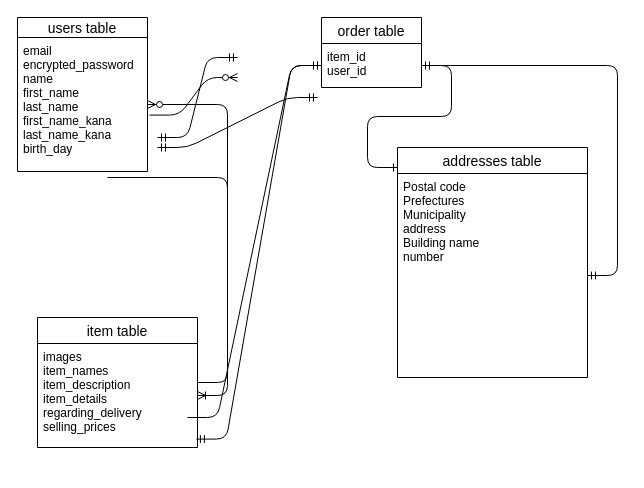
The draw.io diagram page "ページ1" (2 of 2) of test.dio in 1543rrr/furima-30352, before the edit. Source tidied: cells renumbered, new cells numbered last; positions are measured from the earlier drawing's top-left corner, leaving out a move shared by most shapes. Both pictures are drawn from the tidied source at 100%, with x=0, y=0 at pixel (17, 17).
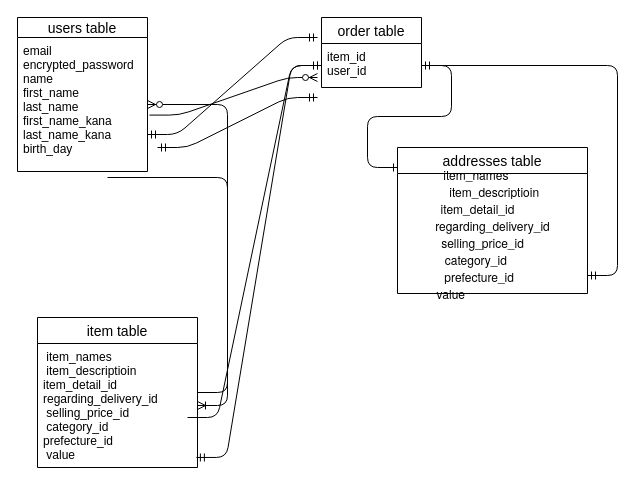
Above is the later version.

Unchanged cells that the change refers to:
```xml
<mxCell id="3" value="email    &#10;encrypted_password&#10; name &#10;first_name  &#10;last_name &#10;first_name_kana&#10;last_name_kana &#10;birth_day " style="text;strokeColor=none;fillColor=none;spacingLeft=4;spacingRight=4;overflow=hidden;points=[[0,0.5],[1,0.5]];portConstraint=eastwest;fontSize=12;" parent="2" vertex="1">
  <mxGeometry y="20" width="130" height="134" as="geometry" />
</mxCell>
<mxCell id="7" value="item_id&#10;user_id  " style="text;strokeColor=none;fillColor=none;spacingLeft=4;spacingRight=4;overflow=hidden;points=[[0,0.5],[1,0.5]];portConstraint=eastwest;fontSize=12;" parent="6" vertex="1">
  <mxGeometry y="26" width="100" height="44" as="geometry" />
</mxCell>
```

The edit, as a diff of the source:
```diff
@@
     <mxCell id="4" value="item table" style="swimlane;fontStyle=0;horizontal=1;startSize=26;align=center;fontSize=14;" parent="1" vertex="1">
-      <mxGeometry x="20" y="300" width="160" height="130" as="geometry" />
+      <mxGeometry x="20" y="300" width="160" height="150" as="geometry" />
     </mxCell>
-    <mxCell id="5" value="images&#10;item_names  &#10;item_description&#10;item_details &#10; regarding_delivery&#10;selling_prices&#10;" style="text;strokeColor=none;fillColor=none;spacingLeft=4;spacingRight=4;overflow=hidden;points=[[0,0.5],[1,0.5]];portConstraint=eastwest;fontSize=12;" parent="4" vertex="1">
-      <mxGeometry y="26" width="160" height="104" as="geometry" />
+    <mxCell id="5" value=" item_names           &#10; item_descriptioin&#10;item_detail_id         &#10;regarding_delivery_id&#10; selling_price_id       &#10; category_id           &#10;prefecture_id        &#10; value                        " style="text;strokeColor=none;fillColor=none;spacingLeft=4;spacingRight=4;overflow=hidden;points=[[0,0.5],[1,0.5]];portConstraint=eastwest;fontSize=12;" parent="4" vertex="1">
+      <mxGeometry y="26" width="160" height="124" as="geometry" />
     </mxCell>
@@
     <mxCell id="8" value="addresses table" style="swimlane;fontStyle=0;horizontal=1;startSize=26;align=center;fontSize=14;" parent="1" vertex="1">
-      <mxGeometry x="380" y="130" width="190" height="230" as="geometry" />
+      <mxGeometry x="380" y="130" width="190" height="146" as="geometry" />
     </mxCell>
-    <mxCell id="9" value="Postal code&#10;Prefectures  &#10;Municipality &#10;address&#10;Building name&#10;number  &#10;" style="text;strokeColor=none;fillColor=none;spacingLeft=4;spacingRight=4;overflow=hidden;points=[[0,0.5],[1,0.5]];portConstraint=eastwest;fontSize=12;" parent="8" vertex="1">
-      <mxGeometry y="26" width="190" height="204" as="geometry" />
-    </mxCell>
+    <mxCell id="19" value="&lt;p class=&quot;p1&quot; style=&quot;margin: 0px ; font-stretch: normal ; line-height: normal ; font-family: &amp;#34;helvetica neue&amp;#34;&quot;&gt;&lt;span class=&quot;Apple-converted-space&quot;&gt;&amp;nbsp;&lt;/span&gt;item_names&lt;span class=&quot;Apple-converted-space&quot;&gt;&amp;nbsp; &amp;nbsp; &amp;nbsp; &amp;nbsp; &amp;nbsp; &amp;nbsp;&lt;/span&gt;&lt;/p&gt;&lt;p class=&quot;p1&quot; style=&quot;margin: 0px ; font-stretch: normal ; line-height: normal ; font-family: &amp;#34;helvetica neue&amp;#34;&quot;&gt;&lt;span class=&quot;Apple-converted-space&quot;&gt;&amp;nbsp;&lt;/span&gt;item_descriptioin&lt;/p&gt;&lt;p class=&quot;p1&quot; style=&quot;margin: 0px ; font-stretch: normal ; line-height: normal ; font-family: &amp;#34;helvetica neue&amp;#34;&quot;&gt;item_detail_id&lt;span class=&quot;Apple-converted-space&quot;&gt;&amp;nbsp; &amp;nbsp; &amp;nbsp; &amp;nbsp; &amp;nbsp;&lt;/span&gt;&lt;/p&gt;&lt;p class=&quot;p1&quot; style=&quot;margin: 0px ; font-stretch: normal ; line-height: normal ; font-family: &amp;#34;helvetica neue&amp;#34;&quot;&gt;regarding_delivery_id&lt;/p&gt;&lt;p class=&quot;p1&quot; style=&quot;margin: 0px ; font-stretch: normal ; line-height: normal ; font-family: &amp;#34;helvetica neue&amp;#34;&quot;&gt;&lt;span class=&quot;Apple-converted-space&quot;&gt;&amp;nbsp;&lt;/span&gt;selling_price_id&lt;span class=&quot;Apple-converted-space&quot;&gt;&amp;nbsp; &amp;nbsp; &amp;nbsp; &amp;nbsp;&lt;/span&gt;&lt;/p&gt;&lt;p class=&quot;p1&quot; style=&quot;margin: 0px ; font-stretch: normal ; line-height: normal ; font-family: &amp;#34;helvetica neue&amp;#34;&quot;&gt;&lt;span class=&quot;Apple-converted-space&quot;&gt;&amp;nbsp;&lt;/span&gt;category_id&lt;span class=&quot;Apple-converted-space&quot;&gt;&amp;nbsp; &amp;nbsp; &amp;nbsp; &amp;nbsp; &amp;nbsp; &amp;nbsp;&lt;/span&gt;&lt;/p&gt;&lt;p class=&quot;p1&quot; style=&quot;margin: 0px ; font-stretch: normal ; line-height: normal ; font-family: &amp;#34;helvetica neue&amp;#34;&quot;&gt;prefecture_id&amp;nbsp;&lt;span class=&quot;Apple-converted-space&quot;&gt;&amp;nbsp; &amp;nbsp; &amp;nbsp; &amp;nbsp;&lt;/span&gt;&lt;/p&gt;&lt;p class=&quot;p1&quot; style=&quot;margin: 0px ; font-stretch: normal ; line-height: normal ; font-family: &amp;#34;helvetica neue&amp;#34;&quot;&gt;&lt;span class=&quot;Apple-converted-space&quot;&gt;&amp;nbsp;&lt;/span&gt;&lt;span&gt;value&lt;/span&gt;&lt;span&gt;&amp;nbsp;&lt;/span&gt;&lt;span class=&quot;Apple-converted-space&quot;&gt;&amp;nbsp; &amp;nbsp; &amp;nbsp; &amp;nbsp; &amp;nbsp; &amp;nbsp; &amp;nbsp; &amp;nbsp;&lt;/span&gt;&lt;span&gt;&amp;nbsp; &amp;nbsp; &amp;nbsp; &amp;nbsp; &amp;nbsp;&amp;nbsp;&lt;/span&gt;&lt;br&gt;&lt;/p&gt;" style="text;html=1;align=center;verticalAlign=middle;" parent="8" vertex="1">
+      <mxGeometry y="26" width="190" height="120" as="geometry" />
+    </mxCell>
@@
     <mxCell id="11" style="edgeStyle=entityRelationEdgeStyle;fontSize=12;html=1;endArrow=ERzeroToMany;endFill=1;exitX=1.015;exitY=0.579;exitDx=0;exitDy=0;exitPerimeter=0;" parent="1" edge="1" source="3">
       <mxGeometry relative="1" as="geometry">
-        <mxPoint x="220" y="60" as="targetPoint" />
+        <mxPoint x="300" y="60" as="targetPoint" />
       </mxGeometry>
     </mxCell>
@@
     <mxCell id="15" style="edgeStyle=entityRelationEdgeStyle;fontSize=12;html=1;endArrow=ERmandOne;startArrow=ERmandOne;" parent="1" edge="1">
       <mxGeometry relative="1" as="geometry">
-        <mxPoint x="140" y="120" as="sourcePoint" />
-        <mxPoint x="220" y="40" as="targetPoint" />
+        <mxPoint x="130" y="117" as="sourcePoint" />
+        <mxPoint x="300" y="20" as="targetPoint" />
       </mxGeometry>
     </mxCell>
@@
-    <mxCell id="18" style="edgeStyle=entityRelationEdgeStyle;fontSize=12;html=1;endArrow=ERmandOne;startArrow=ERmandOne;" parent="1" edge="1" source="9" target="7">
-      <mxGeometry relative="1" as="geometry" />
+    <mxCell id="18" style="edgeStyle=entityRelationEdgeStyle;fontSize=12;html=1;endArrow=ERmandOne;startArrow=ERmandOne;" parent="1" edge="1" target="7">
+      <mxGeometry relative="1" as="geometry">
+        <mxPoint x="570" y="258" as="sourcePoint" />
+      </mxGeometry>
     </mxCell>
```
